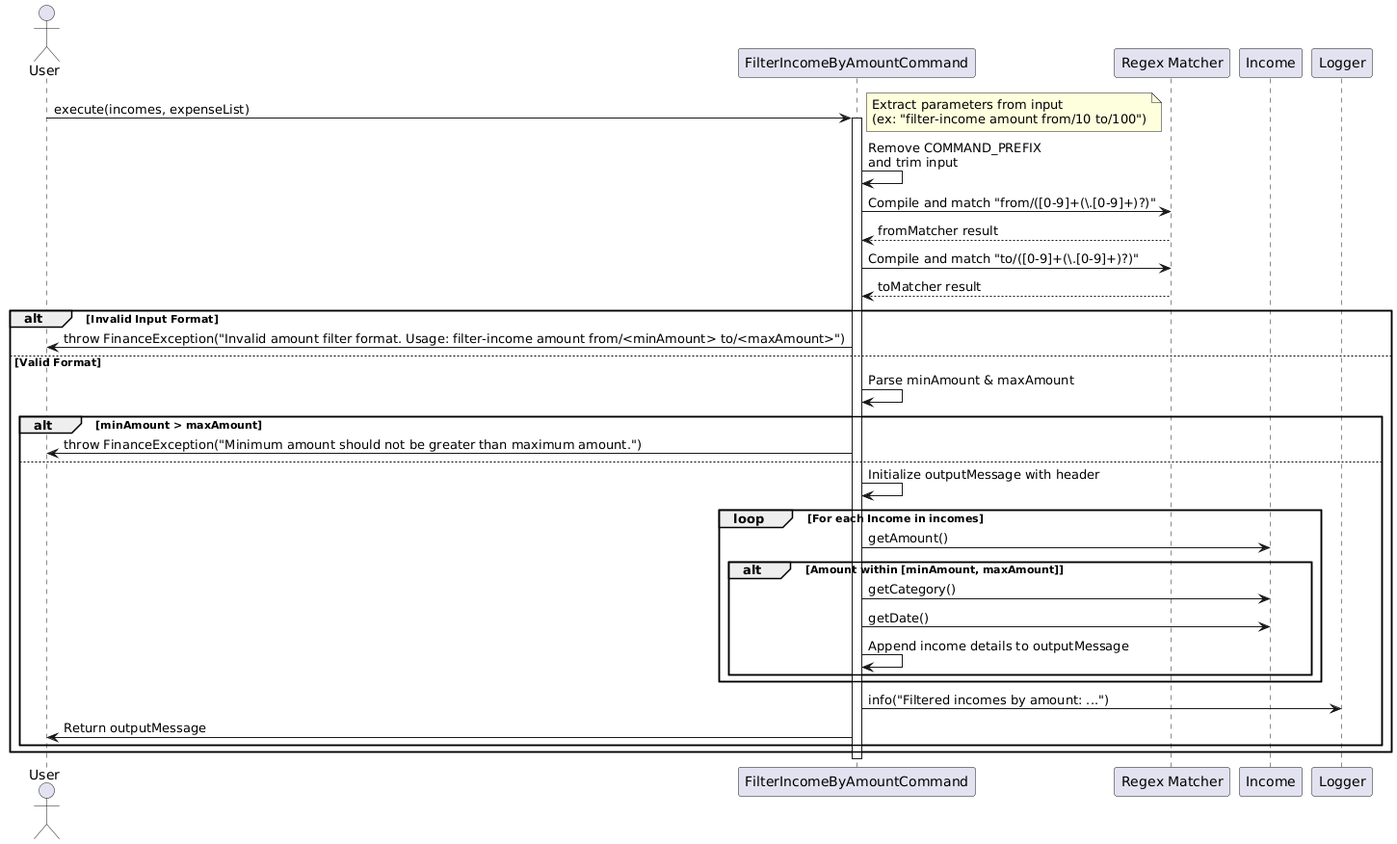
Before: docs/diagrams/FilterIncomeByAmountCommandSequence.png, a diagram exported from PlantUML (thienkimtranhoang/tp).
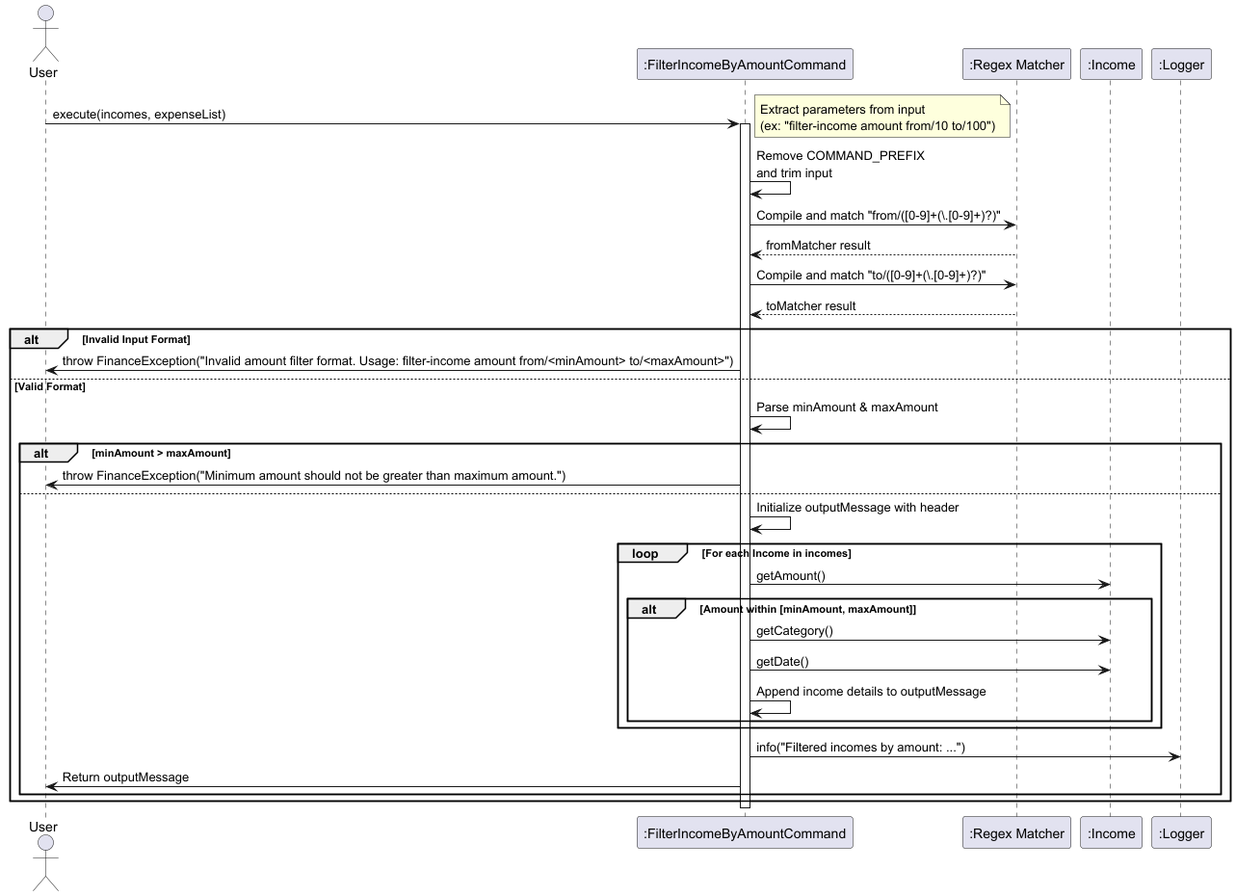
After the change.

The edit, as a diff of the source:
```diff
@@ -1,9 +1,9 @@
 @startuml
 actor User
-participant "FilterIncomeByAmountCommand" as Command
-participant "Regex Matcher" as Matcher
-participant "Income" as Income
-participant "Logger" as Logger
+participant ":FilterIncomeByAmountCommand" as Command
+participant ":Regex Matcher" as Matcher
+participant ":Income" as Income
+participant ":Logger" as Logger
 
 User -> Command: execute(incomes, expenseList)
 activate Command
```
